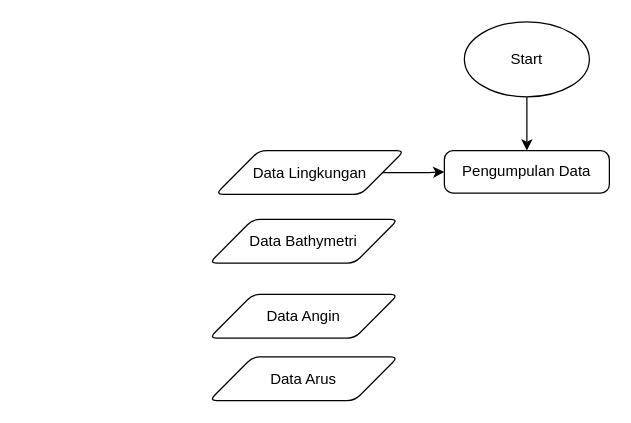
rubin429/design-port-and-harbour keeps this draw.io diagram as Laporan Kerja Praktek.drawio. Above is the earlier version. Source tidied: cells renumbered, new cells numbered last; positions are measured from the earlier drawing's top-left corner, leaving out a move shared by most shapes. Both pictures are drawn from the tidied source at 125%, with x=0, y=0 at pixel (209, 21).
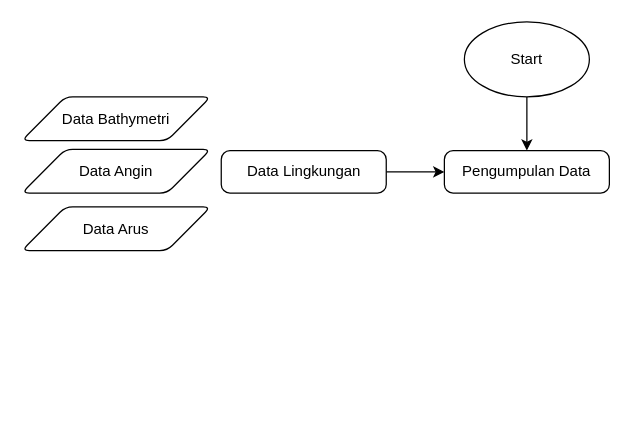
Above is the later version.

The edit, as a diff of the source:
```diff
@@
 <mxGraphModel>
   <root>
     <mxCell id="0" />
     <mxCell id="1" parent="0" />
     <mxCell id="2" style="edgeStyle=orthogonalEdgeStyle;rounded=0;jettySize=auto;html=1;entryX=0.5;entryY=0;entryDx=0;entryDy=0;" parent="1" edge="1" source="3" target="6">
       <mxGeometry relative="1" as="geometry" />
     </mxCell>
     <mxCell id="3" value="Start" style="strokeWidth=1;html=1;shape=mxgraph.flowchart.start_1;whiteSpace=wrap;" parent="1" vertex="1">
       <mxGeometry x="204" width="100" height="60" as="geometry" />
     </mxCell>
     <mxCell id="4" style="edgeStyle=orthogonalEdgeStyle;rounded=0;jettySize=auto;html=1;exitX=1;exitY=0.5;exitDx=0;exitDy=0;" parent="1" edge="1" source="5" target="6">
       <mxGeometry relative="1" as="geometry" />
     </mxCell>
-    <mxCell id="5" value="Data Lingkungan" style="shape=parallelogram;html=1;strokeWidth=1;perimeter=parallelogramPerimeter;whiteSpace=wrap;rounded=1;arcSize=12;size=0.23;" parent="1" vertex="1">
-      <mxGeometry x="5" y="103" width="151" height="35" as="geometry" />
-    </mxCell>
     <mxCell id="6" value="Pengumpulan Data" style="rounded=1;whiteSpace=wrap;html=1;absoluteArcSize=1;arcSize=14;strokeWidth=1;" parent="1" vertex="1">
       <mxGeometry x="188" y="103" width="132" height="34" as="geometry" />
     </mxCell>
     <mxCell id="7" value="Data Bathymetri" style="shape=parallelogram;html=1;strokeWidth=1;perimeter=parallelogramPerimeter;whiteSpace=wrap;rounded=1;arcSize=12;size=0.23;" parent="1" vertex="1">
-      <mxGeometry y="158" width="151" height="35" as="geometry" />
+      <mxGeometry x="-150" y="60" width="151" height="35" as="geometry" />
     </mxCell>
     <mxCell id="8" value="Data Angin" style="shape=parallelogram;html=1;strokeWidth=1;perimeter=parallelogramPerimeter;whiteSpace=wrap;rounded=1;arcSize=12;size=0.23;" parent="1" vertex="1">
-      <mxGeometry y="218" width="151" height="35" as="geometry" />
+      <mxGeometry x="-150" y="102" width="151" height="35" as="geometry" />
     </mxCell>
     <mxCell id="9" value="Data Arus" style="shape=parallelogram;html=1;strokeWidth=1;perimeter=parallelogramPerimeter;whiteSpace=wrap;rounded=1;arcSize=12;size=0.23;" parent="1" vertex="1">
-      <mxGeometry y="268" width="151" height="35" as="geometry" />
+      <mxGeometry x="-150" y="148" width="151" height="35" as="geometry" />
     </mxCell>
+    <mxCell id="5" value="Data Lingkungan" style="rounded=1;whiteSpace=wrap;html=1;absoluteArcSize=1;arcSize=14;strokeWidth=1;" parent="1" vertex="1">
+      <mxGeometry x="9.5" y="103" width="132" height="34" as="geometry" />
+    </mxCell>
   </root>
 </mxGraphModel>
```
